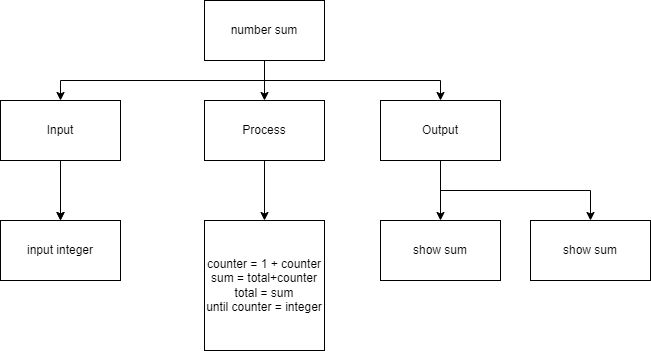
Before: plan.png, a diagram exported from draw.io (devin-jhu/ICS3U-4-04-Python). Source tidied: cells renumbered, new cells last; positions are measured from the earlier drawing's top-left corner, leaving out a move shared by most shapes.
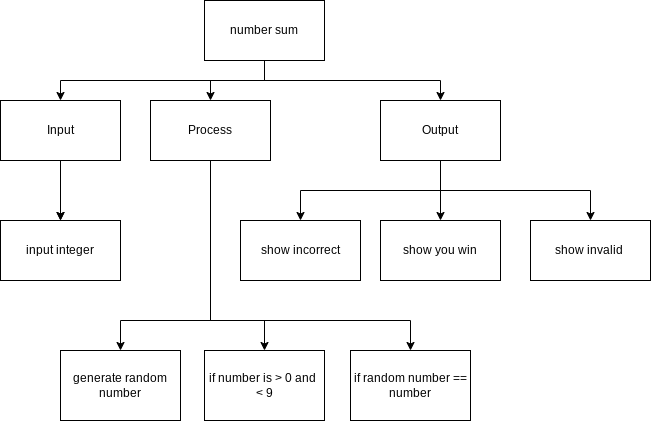
After the change.

What changed in the source:
```diff
@@ -26,10 +26,31 @@
       <mxGeometry y="100" width="120" height="60" as="geometry" />
     </mxCell>
     <mxCell id="9" style="edgeStyle=orthogonalEdgeStyle;html=1;exitX=0.5;exitY=1;exitDx=0;exitDy=0;rounded=0;" parent="1" edge="1" source="10" target="14">
-      <mxGeometry relative="1" as="geometry" />
+      <mxGeometry relative="1" as="geometry">
+        <Array as="points">
+          <mxPoint x="210" y="320" />
+          <mxPoint x="120" y="320" />
+        </Array>
+      </mxGeometry>
     </mxCell>
+    <mxCell id="18" style="edgeStyle=orthogonalEdgeStyle;shape=connector;rounded=0;html=1;exitX=0.5;exitY=1;exitDx=0;exitDy=0;labelBackgroundColor=default;fontFamily=Helvetica;fontSize=11;fontColor=default;endArrow=classic;strokeColor=default;" parent="1" edge="1" source="10" target="22">
+      <mxGeometry relative="1" as="geometry">
+        <Array as="points">
+          <mxPoint x="210" y="320" />
+          <mxPoint x="264" y="320" />
+        </Array>
+      </mxGeometry>
+    </mxCell>
+    <mxCell id="19" style="edgeStyle=orthogonalEdgeStyle;shape=connector;rounded=0;html=1;exitX=0.5;exitY=1;exitDx=0;exitDy=0;labelBackgroundColor=default;fontFamily=Helvetica;fontSize=11;fontColor=default;endArrow=classic;strokeColor=default;" parent="1" edge="1" source="10" target="23">
+      <mxGeometry relative="1" as="geometry">
+        <Array as="points">
+          <mxPoint x="210" y="320" />
+          <mxPoint x="410" y="320" />
+        </Array>
+      </mxGeometry>
+    </mxCell>
     <mxCell id="10" value="Process" style="rounded=0;whiteSpace=wrap;html=1;" parent="1" vertex="1">
-      <mxGeometry x="204" y="100" width="120" height="60" as="geometry" />
+      <mxGeometry x="150" y="100" width="120" height="60" as="geometry" />
     </mxCell>
     <mxCell id="11" style="edgeStyle=orthogonalEdgeStyle;html=1;exitX=0.5;exitY=1;exitDx=0;exitDy=0;rounded=0;" parent="1" edge="1" source="13" target="15">
       <mxGeometry relative="1" as="geometry" />
@@ -37,20 +58,32 @@
     <mxCell id="12" style="edgeStyle=orthogonalEdgeStyle;html=1;exitX=0.5;exitY=1;exitDx=0;exitDy=0;entryX=0.5;entryY=0;entryDx=0;entryDy=0;rounded=0;" parent="1" edge="1" source="13" target="17">
       <mxGeometry relative="1" as="geometry" />
     </mxCell>
+    <mxCell id="20" style="edgeStyle=orthogonalEdgeStyle;shape=connector;rounded=0;html=1;exitX=0.5;exitY=1;exitDx=0;exitDy=0;labelBackgroundColor=default;fontFamily=Helvetica;fontSize=11;fontColor=default;endArrow=classic;strokeColor=default;" parent="1" edge="1" source="13" target="21">
+      <mxGeometry relative="1" as="geometry" />
+    </mxCell>
     <mxCell id="13" value="Output" style="rounded=0;whiteSpace=wrap;html=1;" parent="1" vertex="1">
       <mxGeometry x="380" y="100" width="120" height="60" as="geometry" />
     </mxCell>
-    <mxCell id="14" value="counter = 1 + counter&lt;br&gt;sum = total+counter&lt;br&gt;total = sum&lt;br&gt;until counter = integer" style="rounded=0;whiteSpace=wrap;html=1;" parent="1" vertex="1">
-      <mxGeometry x="204" y="220" width="120" height="130" as="geometry" />
+    <mxCell id="14" value="generate random number" style="rounded=0;whiteSpace=wrap;html=1;" parent="1" vertex="1">
+      <mxGeometry x="60" y="350" width="120" height="70" as="geometry" />
     </mxCell>
-    <mxCell id="15" value="show sum" style="rounded=0;whiteSpace=wrap;html=1;" parent="1" vertex="1">
+    <mxCell id="15" value="show you win" style="rounded=0;whiteSpace=wrap;html=1;" parent="1" vertex="1">
       <mxGeometry x="380" y="220" width="120" height="60" as="geometry" />
     </mxCell>
     <mxCell id="16" value="input integer" style="rounded=0;whiteSpace=wrap;html=1;" parent="1" vertex="1">
       <mxGeometry y="220" width="120" height="60" as="geometry" />
     </mxCell>
-    <mxCell id="17" value="show sum" style="rounded=0;whiteSpace=wrap;html=1;" parent="1" vertex="1">
+    <mxCell id="17" value="show invalid&amp;nbsp;" style="rounded=0;whiteSpace=wrap;html=1;" parent="1" vertex="1">
       <mxGeometry x="530" y="220" width="120" height="60" as="geometry" />
     </mxCell>
+    <mxCell id="21" value="show incorrect" style="rounded=0;whiteSpace=wrap;html=1;" parent="1" vertex="1">
+      <mxGeometry x="240" y="220" width="120" height="60" as="geometry" />
+    </mxCell>
+    <mxCell id="22" value="if number is &amp;gt; 0 and&amp;nbsp; &amp;lt; 9" style="rounded=0;whiteSpace=wrap;html=1;" parent="1" vertex="1">
+      <mxGeometry x="204" y="350" width="120" height="70" as="geometry" />
+    </mxCell>
+    <mxCell id="23" value="if random number == number" style="rounded=0;whiteSpace=wrap;html=1;" parent="1" vertex="1">
+      <mxGeometry x="350" y="350" width="120" height="70" as="geometry" />
+    </mxCell>
   </root>
 </mxGraphModel>
```
